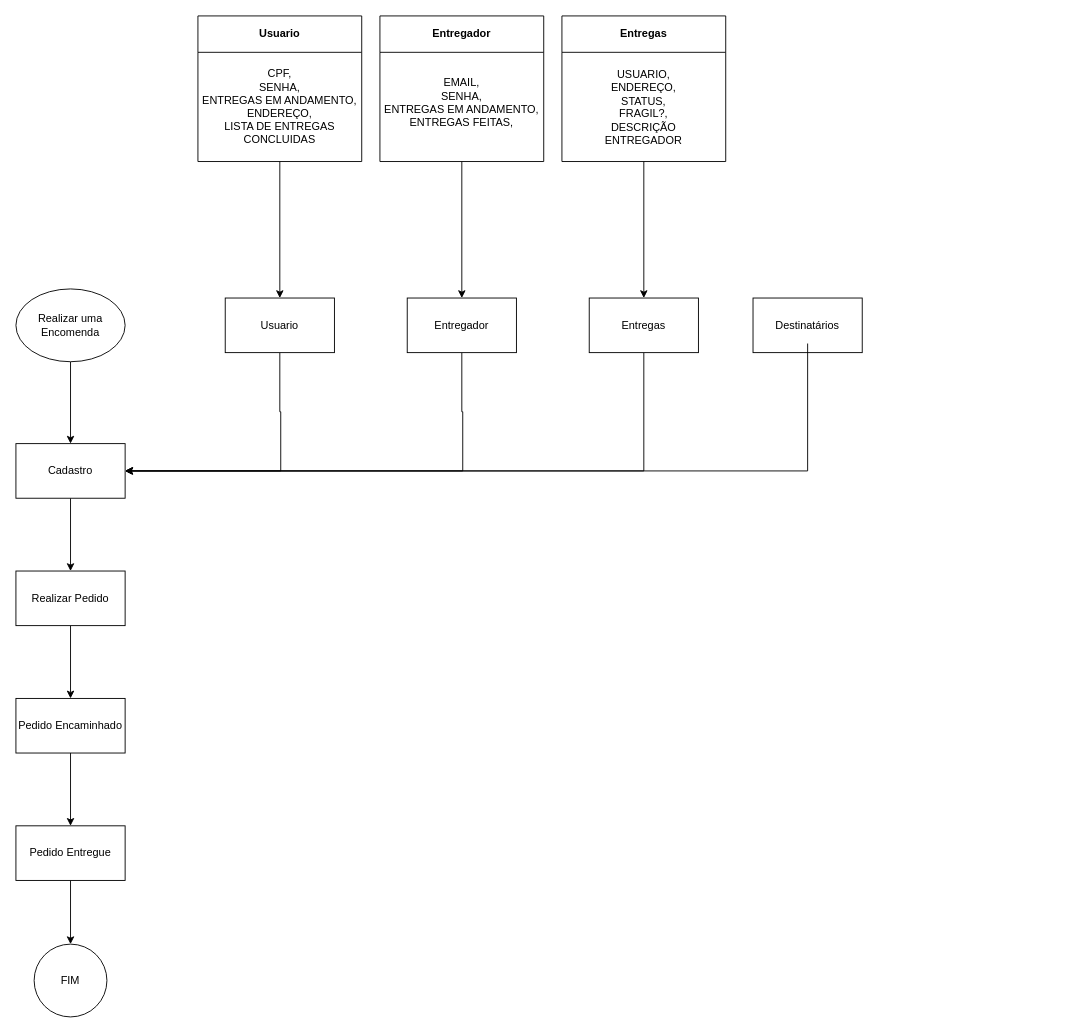
Above: Diagrama.drawio in FlavioPals/CONTROLE-DE-ENCOMENDAS-DE-UMA-TRANSPORTADOR (draw.io), before the change. Source tidied: cells renumbered, new cells numbered last; positions are measured from the earlier drawing's top-left corner, leaving out a move shared by most shapes. Both pictures are drawn from the tidied source at 91%, with x=0, y=0 at pixel (15, 15).
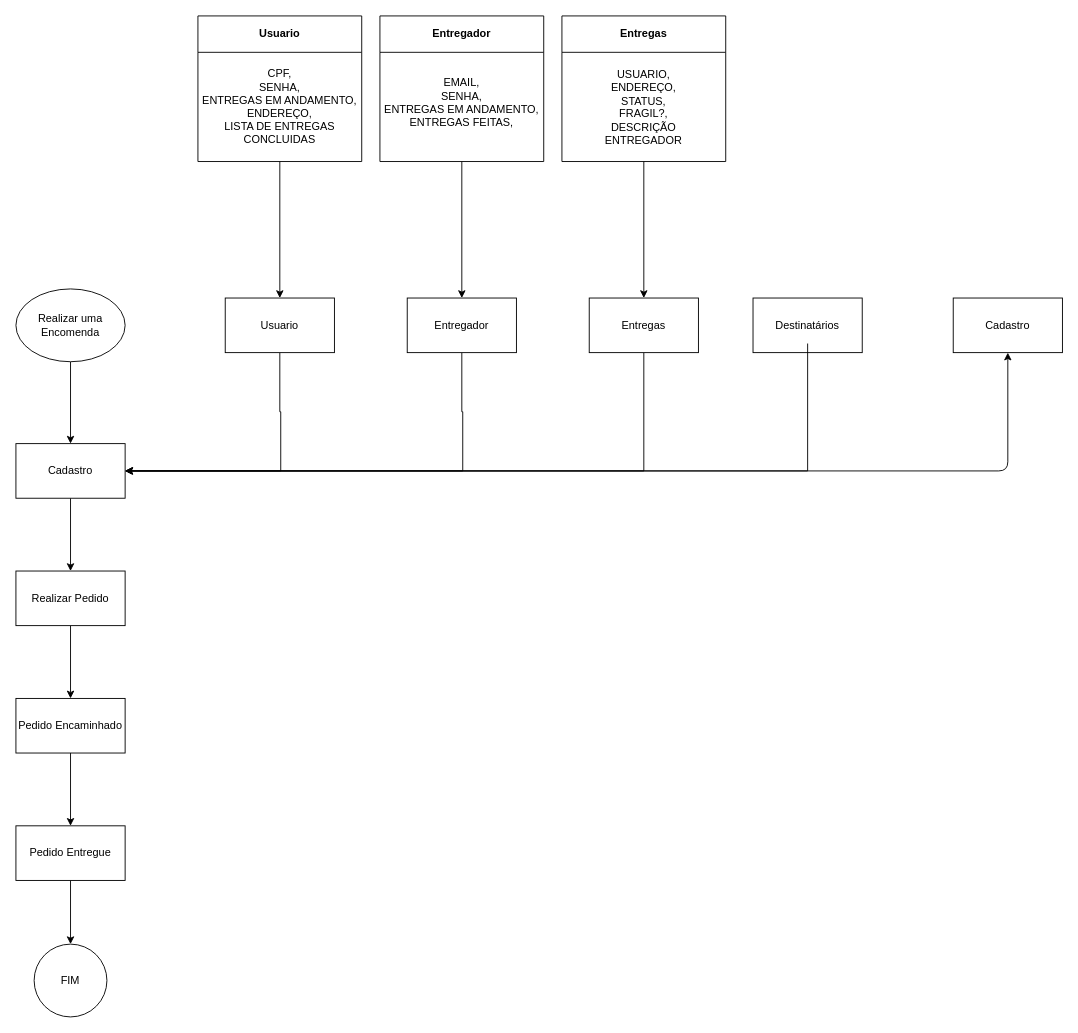
The same diagram, later.

Unchanged cells that the change refers to:
```xml
<mxCell id="8" value="Cadastro" style="whiteSpace=wrap;html=1;" parent="1" vertex="1">
  <mxGeometry y="470" width="120" height="60" as="geometry" />
</mxCell>
```

What changed in the source:
```diff
@@
+    <mxCell id="30" style="edgeStyle=none;html=1;" parent="1" edge="1" source="8" target="31">
+      <mxGeometry relative="1" as="geometry">
+        <Array as="points">
+          <mxPoint x="1090" y="500" />
+        </Array>
+      </mxGeometry>
+    </mxCell>
@@
+    <mxCell id="31" value="Cadastro" style="whiteSpace=wrap;html=1;" parent="1" vertex="1">
+      <mxGeometry x="1030" y="310" width="120" height="60" as="geometry" />
+    </mxCell>
```
